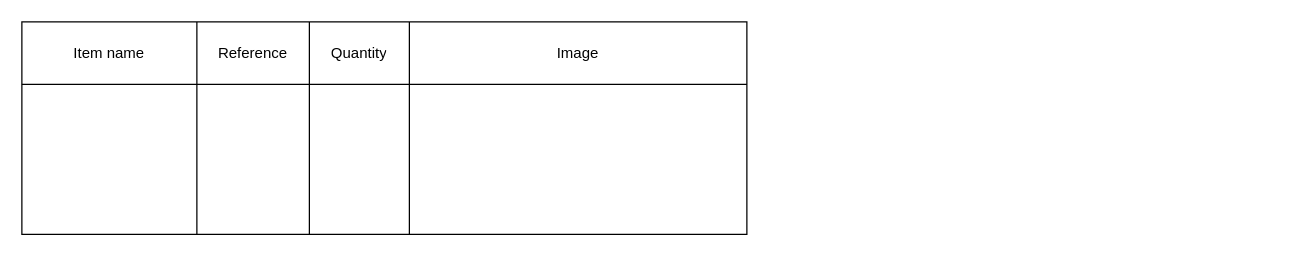
The draw.io diagram Describing the machining/ fabrication.drawio in amerezoji1362/drawio-github, before the edit. Source tidied: cells renumbered, new cells numbered last; positions are measured from the earlier drawing's top-left corner, leaving out a move shared by most shapes. Both pictures are drawn from the tidied source at 125%, with x=0, y=0 at pixel (21, 21).
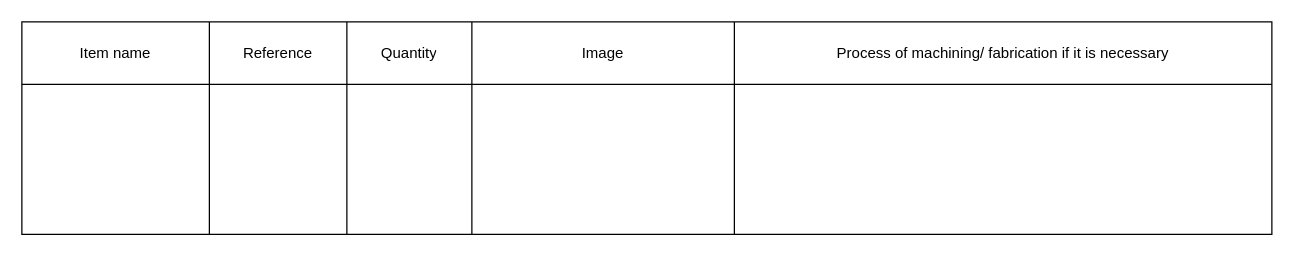
The same page after the edit.

Change to the diagram source:
```diff
@@
 <mxGraphModel>
   <root>
     <mxCell id="0" />
     <mxCell id="1" parent="0" />
     <mxCell id="2" style="shape=table;startSize=0;childLayout=tableLayout;" parent="1" vertex="1">
-      <mxGeometry width="580" height="170" as="geometry" />
+      <mxGeometry width="1000" height="170" as="geometry" />
     </mxCell>
     <mxCell id="3" style="shape=partialRectangle;fillColor=none;top=0;left=0;bottom=0;right=0;" parent="2" vertex="1">
-      <mxGeometry width="580" height="50" as="geometry" />
+      <mxGeometry width="1000" height="50" as="geometry" />
     </mxCell>
     <mxCell id="4" value="Item name" style="shape=partialRectangle;html=1;whiteSpace=wrap;overflow=hidden;fillColor=none;top=0;left=0;bottom=0;right=0;" parent="3" vertex="1">
-      <mxGeometry width="140" height="50" as="geometry" />
+      <mxGeometry width="150" height="50" as="geometry" />
     </mxCell>
     <mxCell id="5" value="Reference" style="shape=partialRectangle;html=1;whiteSpace=wrap;overflow=hidden;fillColor=none;top=0;left=0;bottom=0;right=0;" parent="3" vertex="1">
-      <mxGeometry x="140" width="90" height="50" as="geometry" />
+      <mxGeometry x="150" width="110" height="50" as="geometry" />
     </mxCell>
     <mxCell id="6" value="Quantity" style="shape=partialRectangle;html=1;whiteSpace=wrap;overflow=hidden;fillColor=none;top=0;left=0;bottom=0;right=0;" parent="3" vertex="1">
-      <mxGeometry x="230" width="80" height="50" as="geometry" />
+      <mxGeometry x="260" width="100" height="50" as="geometry" />
     </mxCell>
     <mxCell id="7" value="Image" style="shape=partialRectangle;html=1;whiteSpace=wrap;overflow=hidden;fillColor=none;top=0;left=0;bottom=0;right=0;" parent="3" vertex="1">
-      <mxGeometry x="310" width="270" height="50" as="geometry" />
+      <mxGeometry x="360" width="210" height="50" as="geometry" />
     </mxCell>
+    <mxCell id="13" value="Process of machining/ fabrication if it is necessary" style="shape=partialRectangle;html=1;whiteSpace=wrap;overflow=hidden;fillColor=none;top=0;left=0;bottom=0;right=0;" parent="3" vertex="1">
+      <mxGeometry x="570" width="430" height="50" as="geometry" />
+    </mxCell>
     <mxCell id="8" style="shape=partialRectangle;fillColor=none;top=0;left=0;bottom=0;right=0;" parent="2" vertex="1">
-      <mxGeometry y="50" width="580" height="120" as="geometry" />
+      <mxGeometry y="50" width="1000" height="120" as="geometry" />
     </mxCell>
     <mxCell id="9" style="shape=partialRectangle;html=1;whiteSpace=wrap;overflow=hidden;fillColor=none;top=0;left=0;bottom=0;right=0;" parent="8" vertex="1">
-      <mxGeometry width="140" height="120" as="geometry" />
+      <mxGeometry width="150" height="120" as="geometry" />
     </mxCell>
     <mxCell id="10" style="shape=partialRectangle;html=1;whiteSpace=wrap;overflow=hidden;fillColor=none;top=0;left=0;bottom=0;right=0;" parent="8" vertex="1">
-      <mxGeometry x="140" width="90" height="120" as="geometry" />
+      <mxGeometry x="150" width="110" height="120" as="geometry" />
     </mxCell>
     <mxCell id="11" style="shape=partialRectangle;html=1;whiteSpace=wrap;overflow=hidden;fillColor=none;top=0;left=0;bottom=0;right=0;" parent="8" vertex="1">
-      <mxGeometry x="230" width="80" height="120" as="geometry" />
+      <mxGeometry x="260" width="100" height="120" as="geometry" />
     </mxCell>
     <mxCell id="12" style="shape=partialRectangle;html=1;whiteSpace=wrap;overflow=hidden;fillColor=none;top=0;left=0;bottom=0;right=0;" parent="8" vertex="1">
-      <mxGeometry x="310" width="270" height="120" as="geometry" />
+      <mxGeometry x="360" width="210" height="120" as="geometry" />
     </mxCell>
+    <mxCell id="14" style="shape=partialRectangle;html=1;whiteSpace=wrap;overflow=hidden;fillColor=none;top=0;left=0;bottom=0;right=0;" parent="8" vertex="1">
+      <mxGeometry x="570" width="430" height="120" as="geometry" />
+    </mxCell>
   </root>
 </mxGraphModel>
```
